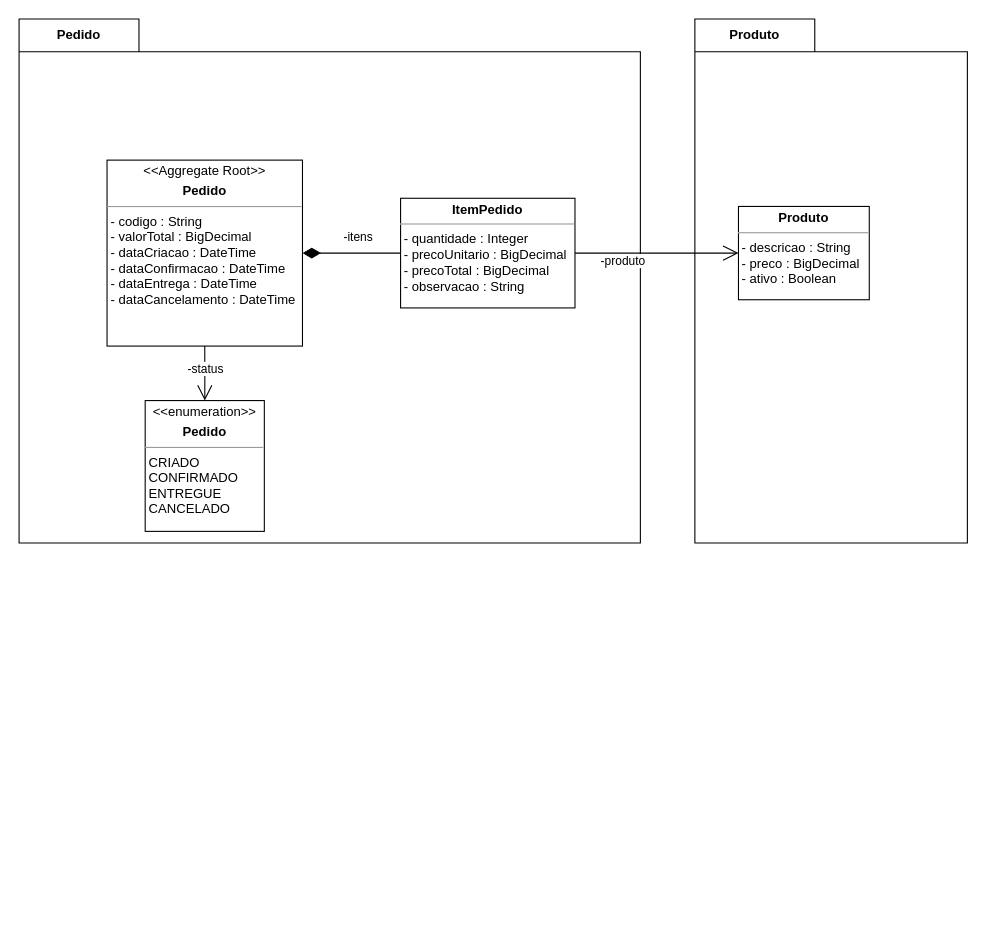
Before: page "Pedido" (1 of 2) of patterns/Algafood.drawio in bcmes/diagrams, a draw.io diagram. Source tidied: cells renumbered, new cells numbered last; positions are measured from the earlier drawing's top-left corner, leaving out a move shared by most shapes. Both pictures are drawn from the tidied source at 109%, with x=0, y=0 at pixel (19, 19).
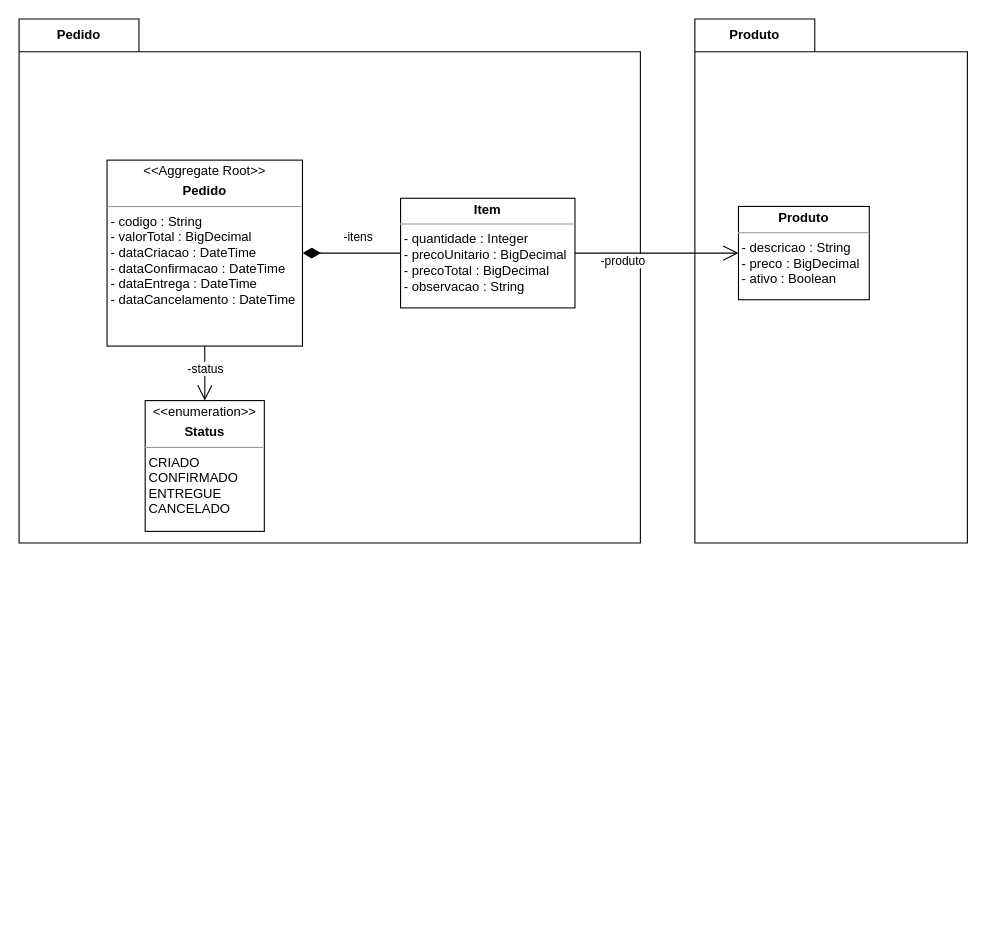
The same diagram, later.

Diff of the diagram source:
```diff
@@
 <mxGraphModel>
   <root>
     <mxCell id="0" />
     <mxCell id="1" parent="0" />
     <mxCell id="2" value="Pedido" style="shape=folder;fontStyle=1;tabWidth=110;tabHeight=30;tabPosition=left;html=1;boundedLbl=1;labelInHeader=1;whiteSpace=wrap;" parent="1" vertex="1">
       <mxGeometry width="570" height="480.6" as="geometry" />
     </mxCell>
     <mxCell id="3" style="html=1;strokeColor=none;fillColor=none;whiteSpace=wrap;" parent="1" vertex="1">
       <mxGeometry x="10" y="510" width="630" height="322" as="geometry">
         <mxPoint y="30" as="offset" />
       </mxGeometry>
     </mxCell>
     <mxCell id="4" value="&lt;p style=&quot;margin:0px;margin-top:4px;text-align:center;&quot;&gt;&amp;lt;&amp;lt;Aggregate Root&amp;gt;&amp;gt;&lt;/p&gt;&lt;p style=&quot;margin:0px;margin-top:4px;text-align:center;&quot;&gt;&lt;b&gt;Pedido&lt;/b&gt;&lt;/p&gt;&lt;hr size=&quot;1&quot;&gt;&amp;nbsp;- codigo : String&lt;br&gt;&amp;nbsp;- valorTotal : BigDecimal&lt;br&gt;&amp;nbsp;- dataCriacao : DateTime&lt;br&gt;&amp;nbsp;- dataConfirmacao : DateTime&lt;br&gt;&amp;nbsp;- dataEntrega : DateTime&lt;br&gt;&amp;nbsp;- dataCancelamento : DateTime&lt;p style=&quot;margin:0px;margin-left:4px;&quot;&gt;&lt;br&gt;&lt;/p&gt;" style="verticalAlign=top;align=left;overflow=fill;fontSize=12;fontFamily=Helvetica;html=1;whiteSpace=wrap;" parent="1" vertex="1">
       <mxGeometry x="80.7" y="129.4" width="179.3" height="170.6" as="geometry" />
     </mxCell>
-    <mxCell id="5" value="&lt;p style=&quot;margin:0px;margin-top:4px;text-align:center;&quot;&gt;&lt;b&gt;ItemPedido&lt;/b&gt;&lt;/p&gt;&lt;hr size=&quot;1&quot;&gt;&lt;div&gt;&amp;nbsp;- quantidade : Integer&lt;/div&gt;&lt;div&gt;&amp;nbsp;- precoUnitario : BigDecimal&lt;/div&gt;&lt;div&gt;&amp;nbsp;- precoTotal : BigDecimal &lt;br&gt;&lt;/div&gt;&amp;nbsp;- observacao : String" style="verticalAlign=top;align=left;overflow=fill;fontSize=12;fontFamily=Helvetica;html=1;whiteSpace=wrap;" parent="1" vertex="1">
+    <mxCell id="5" value="&lt;p style=&quot;margin:0px;margin-top:4px;text-align:center;&quot;&gt;&lt;b&gt;Item&lt;/b&gt;&lt;/p&gt;&lt;hr size=&quot;1&quot;&gt;&lt;div&gt;&amp;nbsp;- quantidade : Integer&lt;/div&gt;&lt;div&gt;&amp;nbsp;- precoUnitario : BigDecimal&lt;/div&gt;&lt;div&gt;&amp;nbsp;- precoTotal : BigDecimal &lt;br&gt;&lt;/div&gt;&amp;nbsp;- observacao : String" style="verticalAlign=top;align=left;overflow=fill;fontSize=12;fontFamily=Helvetica;html=1;whiteSpace=wrap;" parent="1" vertex="1">
       <mxGeometry x="350" y="164.4" width="160" height="100.6" as="geometry" />
     </mxCell>
-    <mxCell id="6" value="&lt;p style=&quot;margin:0px;margin-top:4px;text-align:center;&quot;&gt;&amp;lt;&amp;lt;enumeration&amp;gt;&amp;gt;&lt;/p&gt;&lt;p style=&quot;margin:0px;margin-top:4px;text-align:center;&quot;&gt;&lt;b&gt;Pedido&lt;/b&gt;&lt;/p&gt;&lt;hr size=&quot;1&quot;&gt;&lt;div&gt;&amp;nbsp;CRIADO&lt;/div&gt;&lt;div&gt;&amp;nbsp;CONFIRMADO&lt;/div&gt;&lt;div&gt;&amp;nbsp;ENTREGUE&lt;/div&gt;&lt;div&gt;&amp;nbsp;CANCELADO&lt;br&gt;&lt;/div&gt;" style="verticalAlign=top;align=left;overflow=fill;fontSize=12;fontFamily=Helvetica;html=1;whiteSpace=wrap;" parent="1" vertex="1">
+    <mxCell id="6" value="&lt;p style=&quot;margin:0px;margin-top:4px;text-align:center;&quot;&gt;&amp;lt;&amp;lt;enumeration&amp;gt;&amp;gt;&lt;/p&gt;&lt;p style=&quot;margin:0px;margin-top:4px;text-align:center;&quot;&gt;&lt;b&gt;Status&lt;/b&gt;&lt;/p&gt;&lt;hr size=&quot;1&quot;&gt;&lt;div&gt;&amp;nbsp;CRIADO&lt;/div&gt;&lt;div&gt;&amp;nbsp;CONFIRMADO&lt;/div&gt;&lt;div&gt;&amp;nbsp;ENTREGUE&lt;/div&gt;&lt;div&gt;&amp;nbsp;CANCELADO&lt;br&gt;&lt;/div&gt;" style="verticalAlign=top;align=left;overflow=fill;fontSize=12;fontFamily=Helvetica;html=1;whiteSpace=wrap;" parent="1" vertex="1">
       <mxGeometry x="115.7" y="350" width="109.3" height="120" as="geometry" />
     </mxCell>
     <mxCell id="7" style="endArrow=none;html=1;endSize=12;startArrow=diamondThin;startSize=14;startFill=1;edgeStyle=orthogonalEdgeStyle;align=left;verticalAlign=bottom;rounded=0;exitX=1;exitY=0.5;exitDx=0;exitDy=0;entryX=0;entryY=0.5;entryDx=0;entryDy=0;endFill=0;" parent="1" edge="1" source="4" target="5">
       <mxGeometry x="-1" y="3" relative="1" as="geometry" />
     </mxCell>
     <mxCell id="8" value="-itens" style="edgeLabel;html=1;align=center;verticalAlign=middle;" parent="7" vertex="1">
       <mxGeometry x="0.04" y="2" relative="1" as="geometry">
         <mxPoint x="3" y="-13" as="offset" />
       </mxGeometry>
     </mxCell>
     <mxCell id="9" style="endArrow=open;html=1;endSize=12;startArrow=none;startSize=14;startFill=0;edgeStyle=orthogonalEdgeStyle;align=left;verticalAlign=bottom;rounded=0;exitX=0.5;exitY=1;exitDx=0;exitDy=0;" parent="1" edge="1" source="4" target="6">
       <mxGeometry x="-1" y="3" relative="1" as="geometry" />
     </mxCell>
     <mxCell id="10" value="-status" style="edgeLabel;html=1;align=center;verticalAlign=middle;" parent="9" vertex="1">
       <mxGeometry x="-0.44" y="-1" relative="1" as="geometry">
         <mxPoint x="1" y="6" as="offset" />
       </mxGeometry>
     </mxCell>
     <mxCell id="11" value="Produto" style="shape=folder;fontStyle=1;tabWidth=110;tabHeight=30;tabPosition=left;html=1;boundedLbl=1;labelInHeader=1;whiteSpace=wrap;" parent="1" vertex="1">
       <mxGeometry x="620" width="250" height="480.6" as="geometry" />
     </mxCell>
     <mxCell id="12" value="&lt;p style=&quot;margin:0px;margin-top:4px;text-align:center;&quot;&gt;&lt;b&gt;Produto&lt;/b&gt;&lt;/p&gt;&lt;hr size=&quot;1&quot;&gt;&amp;nbsp;- descricao : String&lt;br&gt;&amp;nbsp;- preco : BigDecimal&lt;br&gt;&amp;nbsp;- ativo : Boolean" style="verticalAlign=top;align=left;overflow=fill;fontSize=12;fontFamily=Helvetica;html=1;whiteSpace=wrap;" parent="1" vertex="1">
       <mxGeometry x="660" y="171.9" width="120" height="85.6" as="geometry" />
     </mxCell>
     <mxCell id="13" style="endArrow=open;html=1;endSize=12;startArrow=none;startSize=14;startFill=0;edgeStyle=orthogonalEdgeStyle;align=left;verticalAlign=bottom;rounded=0;exitX=1;exitY=0.5;exitDx=0;exitDy=0;" parent="1" edge="1" source="5" target="12">
       <mxGeometry x="-1" y="3" relative="1" as="geometry" />
     </mxCell>
     <mxCell id="14" value="-produto" style="edgeLabel;html=1;align=center;verticalAlign=middle;" parent="13" vertex="1">
       <mxGeometry x="-0.44" y="-1" relative="1" as="geometry">
         <mxPoint x="1" y="6" as="offset" />
       </mxGeometry>
     </mxCell>
   </root>
 </mxGraphModel>
```
